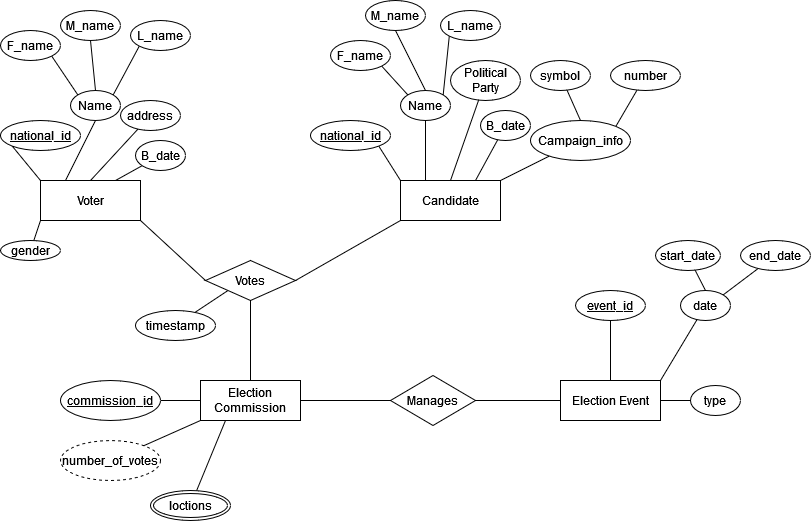
The draw.io diagram DBMS_ERD.drawio.png in AbdEl-Rahman21/DBMS_Project, before a commit. Source tidied: cells renumbered, new cells last; positions are measured from the earlier drawing's top-left corner, leaving out a move shared by most shapes.
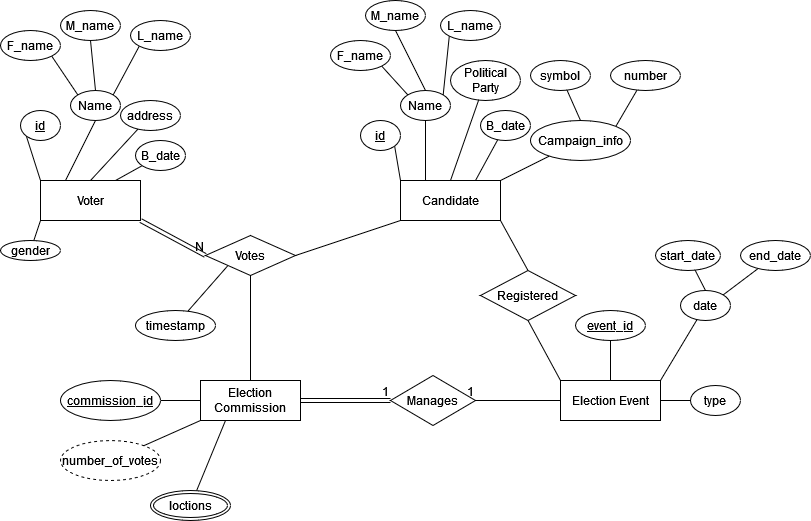
The same file after the commit.

What changed in the source:
```diff
@@ -11,17 +11,14 @@
     <mxCell id="4" style="edgeStyle=none;rounded=0;jettySize=auto;html=1;exitX=0;exitY=1;exitDx=0;exitDy=0;endArrow=none;endFill=0;" parent="1" edge="1" source="6" target="19">
       <mxGeometry relative="1" as="geometry" />
     </mxCell>
-    <mxCell id="5" style="edgeStyle=none;rounded=0;jettySize=auto;html=1;exitX=1;exitY=1;exitDx=0;exitDy=0;entryX=0;entryY=0.5;entryDx=0;entryDy=0;endArrow=none;endFill=0;" parent="1" edge="1" source="6" target="52">
-      <mxGeometry relative="1" as="geometry" />
-    </mxCell>
     <mxCell id="6" value="Voter" style="whiteSpace=wrap;html=1;align=center;" parent="1" vertex="1">
       <mxGeometry x="40" y="180" width="100" height="40" as="geometry" />
     </mxCell>
     <mxCell id="7" style="edgeStyle=none;rounded=0;jettySize=auto;html=1;exitX=0;exitY=1;exitDx=0;exitDy=0;entryX=0;entryY=0;entryDx=0;entryDy=0;endArrow=none;endFill=0;" parent="1" edge="1" source="8" target="6">
       <mxGeometry relative="1" as="geometry" />
     </mxCell>
-    <mxCell id="8" value="national_id" style="ellipse;whiteSpace=wrap;html=1;align=center;fontStyle=4;" parent="1" vertex="1">
-      <mxGeometry y="120" width="80" height="30" as="geometry" />
+    <mxCell id="8" value="id" style="ellipse;whiteSpace=wrap;html=1;align=center;fontStyle=4;" parent="1" vertex="1">
+      <mxGeometry x="20" y="110" width="40" height="30" as="geometry" />
     </mxCell>
     <mxCell id="9" style="edgeStyle=none;rounded=0;jettySize=auto;html=1;exitX=0.5;exitY=1;exitDx=0;exitDy=0;entryX=0.25;entryY=0;entryDx=0;entryDy=0;endArrow=none;endFill=0;" parent="1" edge="1" source="13" target="6">
       <mxGeometry relative="1" as="geometry" />
@@ -65,14 +62,17 @@
     <mxCell id="22" style="edgeStyle=none;rounded=0;jettySize=auto;html=1;exitX=1;exitY=0;exitDx=0;exitDy=0;endArrow=none;endFill=0;" parent="1" edge="1" source="23" target="38">
       <mxGeometry relative="1" as="geometry" />
     </mxCell>
+    <mxCell id="67" style="edgeStyle=none;rounded=0;jettySize=auto;html=1;exitX=1;exitY=1;exitDx=0;exitDy=0;entryX=0.5;entryY=0;entryDx=0;entryDy=0;endArrow=none;endFill=0;" parent="1" edge="1" source="23" target="70">
+      <mxGeometry relative="1" as="geometry" />
+    </mxCell>
     <mxCell id="23" value="Candidate" style="whiteSpace=wrap;html=1;align=center;" parent="1" vertex="1">
       <mxGeometry x="400" y="180" width="100" height="40" as="geometry" />
     </mxCell>
     <mxCell id="24" style="edgeStyle=none;rounded=0;jettySize=auto;html=1;entryX=0;entryY=0;entryDx=0;entryDy=0;endArrow=none;endFill=0;exitX=1;exitY=1;exitDx=0;exitDy=0;" parent="1" edge="1" source="25" target="23">
       <mxGeometry relative="1" as="geometry" />
     </mxCell>
-    <mxCell id="25" value="national_id" style="ellipse;whiteSpace=wrap;html=1;align=center;fontStyle=4;" parent="1" vertex="1">
-      <mxGeometry x="310" y="120" width="80" height="30" as="geometry" />
+    <mxCell id="25" value="id" style="ellipse;whiteSpace=wrap;html=1;align=center;fontStyle=4;" parent="1" vertex="1">
+      <mxGeometry x="360" y="120" width="40" height="30" as="geometry" />
     </mxCell>
     <mxCell id="26" style="edgeStyle=none;rounded=0;jettySize=auto;html=1;exitX=0.5;exitY=1;exitDx=0;exitDy=0;entryX=0.25;entryY=0;entryDx=0;entryDy=0;endArrow=none;endFill=0;" parent="1" edge="1" source="30" target="23">
       <mxGeometry relative="1" as="geometry" />
@@ -153,14 +153,8 @@
       <mxGeometry relative="1" as="geometry" />
     </mxCell>
     <mxCell id="52" value="&lt;div&gt;Votes&lt;/div&gt;" style="shape=rhombus;perimeter=rhombusPerimeter;whiteSpace=wrap;html=1;align=center;" parent="1" vertex="1">
-      <mxGeometry x="205" y="260" width="90" height="40" as="geometry" />
+      <mxGeometry x="205" y="235" width="90" height="40" as="geometry" />
     </mxCell>
-    <mxCell id="53" style="edgeStyle=none;rounded=0;jettySize=auto;html=1;exitX=1;exitY=0.5;exitDx=0;exitDy=0;entryX=0;entryY=0.5;entryDx=0;entryDy=0;endArrow=none;endFill=0;" parent="1" edge="1" source="55" target="48">
-      <mxGeometry relative="1" as="geometry" />
-    </mxCell>
-    <mxCell id="54" style="edgeStyle=none;rounded=0;jettySize=auto;html=1;exitX=0;exitY=0.5;exitDx=0;exitDy=0;entryX=1;entryY=0.5;entryDx=0;entryDy=0;endArrow=none;endFill=0;" parent="1" edge="1" source="55" target="44">
-      <mxGeometry relative="1" as="geometry" />
-    </mxCell>
     <mxCell id="55" value="Manages " style="shape=rhombus;perimeter=rhombusPerimeter;whiteSpace=wrap;html=1;align=center;" parent="1" vertex="1">
       <mxGeometry x="390" y="375" width="85" height="50" as="geometry" />
     </mxCell>
@@ -177,7 +171,7 @@
       <mxGeometry x="150" y="490" width="80" height="30" as="geometry" />
     </mxCell>
     <mxCell id="60" value="event_id" style="ellipse;whiteSpace=wrap;html=1;align=center;fontStyle=4;" parent="1" vertex="1">
-      <mxGeometry x="575" y="290" width="70" height="30" as="geometry" />
+      <mxGeometry x="575" y="310" width="70" height="30" as="geometry" />
     </mxCell>
     <mxCell id="61" value="type" style="ellipse;whiteSpace=wrap;html=1;align=center;" parent="1" vertex="1">
       <mxGeometry x="690" y="385" width="50" height="30" as="geometry" />
@@ -197,5 +191,37 @@
     <mxCell id="66" value="end_date" style="ellipse;whiteSpace=wrap;html=1;align=center;" parent="1" vertex="1">
       <mxGeometry x="740" y="240" width="70" height="30" as="geometry" />
     </mxCell>
+    <mxCell id="68" style="edgeStyle=none;rounded=0;jettySize=auto;html=1;exitX=0.5;exitY=1;exitDx=0;exitDy=0;" parent="1" edge="1" source="70">
+      <mxGeometry relative="1" as="geometry">
+        <mxPoint x="528" y="320" as="targetPoint" />
+      </mxGeometry>
+    </mxCell>
+    <mxCell id="69" style="edgeStyle=none;rounded=0;jettySize=auto;html=1;exitX=0.5;exitY=1;exitDx=0;exitDy=0;entryX=0;entryY=0;entryDx=0;entryDy=0;endArrow=none;endFill=0;" parent="1" edge="1" source="70" target="48">
+      <mxGeometry relative="1" as="geometry" />
+    </mxCell>
+    <mxCell id="70" value="Registered " style="shape=rhombus;perimeter=rhombusPerimeter;whiteSpace=wrap;html=1;align=center;" parent="1" vertex="1">
+      <mxGeometry x="480" y="270" width="95" height="50" as="geometry" />
+    </mxCell>
+    <mxCell id="71" style="edgeStyle=none;rounded=0;orthogonalLoop=1;jettySize=auto;html=1;exitX=0.5;exitY=0;exitDx=0;exitDy=0;" parent="1" edge="1" source="60" target="60">
+      <mxGeometry relative="1" as="geometry" />
+    </mxCell>
+    <mxCell id="72" style="shape=link;html=1;rounded=0;exitX=1;exitY=0.5;exitDx=0;exitDy=0;entryX=0;entryY=0.5;entryDx=0;entryDy=0;" parent="1" edge="1" source="44" target="55">
+      <mxGeometry relative="1" as="geometry" />
+    </mxCell>
+    <mxCell id="73" value="1" style="html=1;whiteSpace=wrap;align=right;verticalAlign=bottom;" parent="72" vertex="1">
+      <mxGeometry x="1" relative="1" as="geometry" />
+    </mxCell>
+    <mxCell id="74" style="endArrow=none;html=1;rounded=0;entryX=1;entryY=0.5;entryDx=0;entryDy=0;exitX=0;exitY=0.5;exitDx=0;exitDy=0;" parent="1" edge="1" source="48" target="55">
+      <mxGeometry relative="1" as="geometry" />
+    </mxCell>
+    <mxCell id="75" value="1" style="html=1;whiteSpace=wrap;align=right;verticalAlign=bottom;" parent="74" vertex="1">
+      <mxGeometry x="1" relative="1" as="geometry" />
+    </mxCell>
+    <mxCell id="5" style="shape=link;html=1;rounded=0;exitX=1;exitY=1;exitDx=0;exitDy=0;entryX=0;entryY=0.5;entryDx=0;entryDy=0;" parent="1" edge="1" source="6" target="52">
+      <mxGeometry relative="1" as="geometry" />
+    </mxCell>
+    <mxCell id="76" value="N" style="html=1;whiteSpace=wrap;align=right;verticalAlign=bottom;" parent="5" vertex="1">
+      <mxGeometry x="1" relative="1" as="geometry" />
+    </mxCell>
   </root>
 </mxGraphModel>
```
